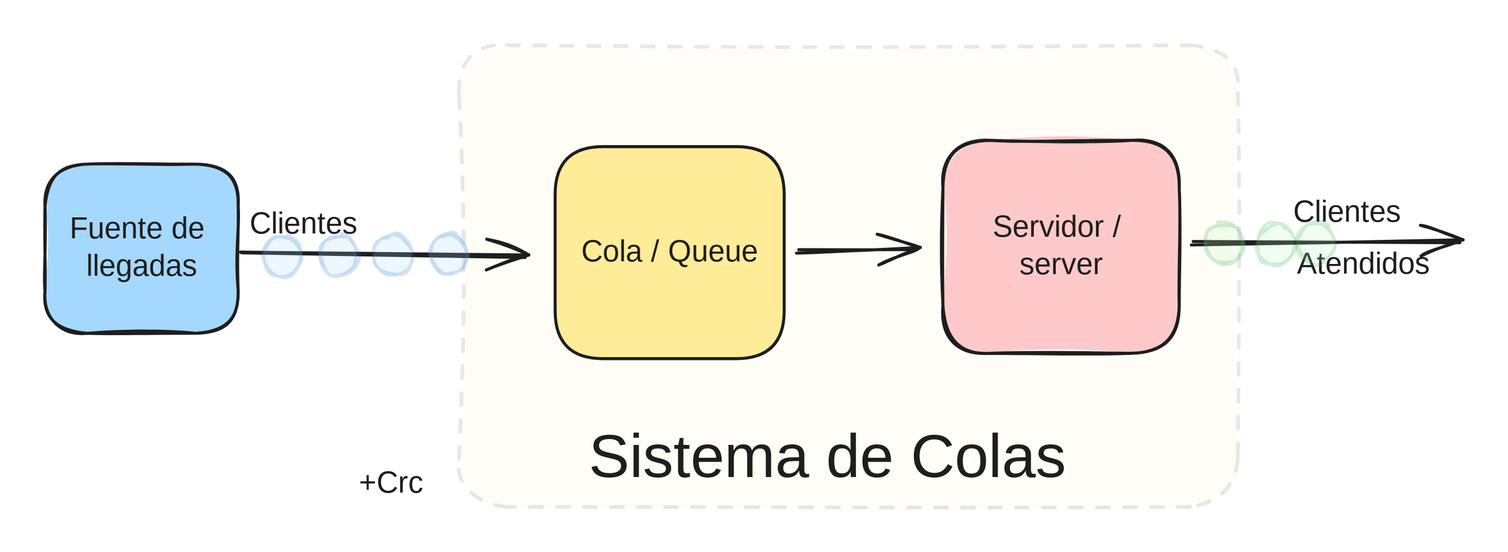
Earlier version of the Excalidraw export Logistic_notebook/.gitbook/assets/file.excalidraw.svg (cristianjaviercano/cristianjaviercano). Source tidied: one line per element, renumbered; positions are measured from the earlier drawing's top-left corner, leaving out a move shared by most shapes.
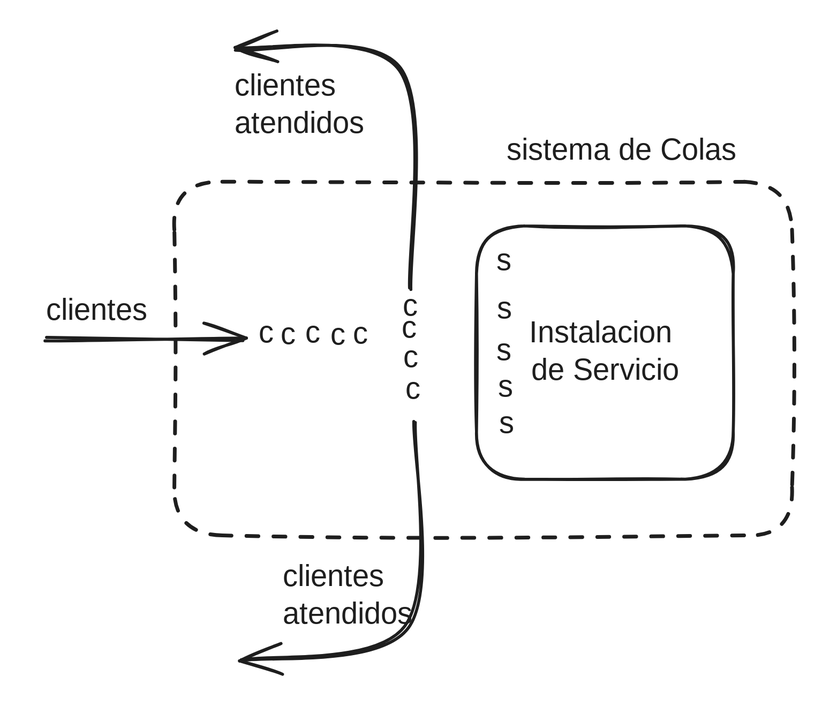
The same file after the commit.

Change to the diagram source:
```diff
@@ -1,22 +1,24 @@
-{"id": 0, "type": "rectangle", "strokeColor": "#1e1e1e", "backgroundColor": "#ffec99", "fillStyle": "solid", "strokeWidth": 2, "strokeStyle": "dashed", "roughness": 2, "opacity": 10, "round": true, "x": 276, "y": 0, "width": 519, "height": 308}
-{"id": 1, "type": "rectangle", "strokeColor": "#1e1e1e", "backgroundColor": "#a5d8ff", "fillStyle": "solid", "strokeWidth": 2, "roughness": 1, "round": true, "x": 0, "y": 79, "width": 129, "height": 113}
-{"id": 2, "type": "text", "text": "Fuente de \nllegadas", "strokeColor": "#1e1e1e", "strokeWidth": 2, "strokeStyle": "dashed", "roughness": 2, "fontSize": 20, "fontFamily": 1, "textAlign": "center", "verticalAlign": "middle", "inside": 1, "x": 11, "y": 111, "width": 108, "height": 50}
-{"id": 3, "type": "arrow", "strokeColor": "#1e1e1e", "strokeWidth": 2, "roughness": 1, "endArrowhead": "arrow", "round": true, "from": 1, "x": 130, "y": 137, "width": 191, "height": 3, "points": [[0, 0], [191, 3]]}
-{"id": 4, "type": "rectangle", "strokeColor": "#1e1e1e", "backgroundColor": "#ffec99", "fillStyle": "solid", "strokeWidth": 2, "roughness": 0, "round": true, "x": 340, "y": 68, "width": 153, "height": 141}
-{"id": 5, "type": "text", "text": "Cola / Queue", "strokeColor": "#1e1e1e", "strokeWidth": 2, "strokeStyle": "dashed", "roughness": 2, "fontSize": 20, "fontFamily": 1, "textAlign": "center", "verticalAlign": "middle", "inside": 4, "x": 351, "y": 126, "width": 131, "height": 25}
-{"id": 6, "type": "arrow", "strokeColor": "#1e1e1e", "strokeWidth": 2, "roughness": 1, "endArrowhead": "arrow", "round": true, "from": 4, "x": 503, "y": 137, "width": 80, "height": 2, "points": [[0, 0], [80, -2]]}
-{"id": 7, "type": "rectangle", "strokeColor": "#1e1e1e", "backgroundColor": "#ffc9c9", "fillStyle": "solid", "strokeWidth": 2, "roughness": 1, "round": true, "x": 599, "y": 64, "width": 158, "height": 142}
-{"id": 8, "type": "text", "text": "Servidor / \nserver", "strokeColor": "#1e1e1e", "strokeWidth": 2, "strokeStyle": "dashed", "roughness": 2, "fontSize": 20, "fontFamily": 1, "textAlign": "center", "verticalAlign": "middle", "inside": 7, "x": 624, "y": 110, "width": 108, "height": 50}
-{"id": 9, "type": "arrow", "strokeColor": "#1e1e1e", "strokeWidth": 2, "roughness": 1, "endArrowhead": "arrow", "round": true, "from": 7, "x": 765, "y": 132, "width": 179, "height": 0, "points": [[0, 0], [179, 0]]}
-{"id": 10, "type": "text", "text": "Clientes", "strokeColor": "#1e1e1e", "strokeWidth": 2, "strokeStyle": "dashed", "roughness": 2, "fontSize": 20, "fontFamily": 1, "x": 137, "y": 107, "width": 76, "height": 25}
-{"id": 11, "type": "text", "text": "Clientes", "strokeColor": "#1e1e1e", "strokeWidth": 2, "strokeStyle": "dashed", "roughness": 2, "fontSize": 20, "fontFamily": 1, "x": 832, "y": 100, "width": 76, "height": 25}
-{"id": 12, "type": "text", "text": "Atendidos", "strokeColor": "#1e1e1e", "strokeWidth": 2, "strokeStyle": "dashed", "roughness": 2, "fontSize": 20, "fontFamily": 1, "x": 835, "y": 134, "width": 94, "height": 25}
-{"id": 13, "type": "text", "text": "Sistema de Colas", "strokeColor": "#1e1e1e", "strokeWidth": 2, "strokeStyle": "dashed", "roughness": 2, "fontSize": 40.86, "fontFamily": 1, "x": 363, "y": 251, "width": 350, "height": 51}
-{"id": 14, "type": "ellipse", "strokeColor": "#1971c2", "backgroundColor": "#a5d8ff", "fillStyle": "solid", "strokeWidth": 2, "roughness": 2, "opacity": 20, "round": true, "x": 257, "y": 125, "width": 25, "height": 27}
-{"id": 15, "type": "ellipse", "strokeColor": "#1971c2", "backgroundColor": "#a5d8ff", "fillStyle": "solid", "strokeWidth": 2, "roughness": 2, "opacity": 20, "round": true, "x": 219, "y": 126, "width": 25, "height": 27}
-{"id": 16, "type": "ellipse", "strokeColor": "#1971c2", "backgroundColor": "#a5d8ff", "fillStyle": "solid", "strokeWidth": 2, "roughness": 2, "opacity": 20, "round": true, "x": 183, "y": 126, "width": 25, "height": 27}
-{"id": 17, "type": "ellipse", "strokeColor": "#1971c2", "backgroundColor": "#a5d8ff", "fillStyle": "solid", "strokeWidth": 2, "roughness": 2, "opacity": 20, "round": true, "x": 146, "y": 127, "width": 25, "height": 27}
-{"id": 18, "type": "ellipse", "strokeColor": "#2f9e44", "backgroundColor": "#b2f2bb", "fillStyle": "solid", "strokeWidth": 2, "roughness": 2, "opacity": 20, "round": true, "x": 774, "y": 119, "width": 25, "height": 27}
-{"id": 19, "type": "ellipse", "strokeColor": "#2f9e44", "backgroundColor": "#b2f2bb", "fillStyle": "solid", "strokeWidth": 2, "roughness": 2, "opacity": 20, "round": true, "x": 808, "y": 119, "width": 25, "height": 27}
-{"id": 20, "type": "ellipse", "strokeColor": "#2f9e44", "backgroundColor": "#b2f2bb", "fillStyle": "solid", "strokeWidth": 2, "roughness": 2, "opacity": 20, "round": true, "x": 835, "y": 118, "width": 25, "height": 27}
-{"id": 21, "type": "text", "text": "+Crc", "strokeColor": "#1e1e1e", "backgroundColor": "#a5d8ff", "fillStyle": "solid", "strokeWidth": 2, "roughness": 0, "fontSize": 20, "fontFamily": 1, "x": 209, "y": 280, "width": 44, "height": 25}
+{"id": 22, "type": "rectangle", "strokeColor": "#1e1e1e", "strokeWidth": 2, "roughness": 1, "round": true, "x": 419, "y": 72, "width": 171, "height": 169}
+{"id": 23, "type": "text", "text": "Instalacion \nde Servicio", "strokeColor": "#1e1e1e", "strokeWidth": 2, "roughness": 1, "fontSize": 20, "fontFamily": 1, "textAlign": "center", "verticalAlign": "middle", "inside": 22, "x": 445, "y": 132, "width": 119, "height": 50}
+{"id": 24, "type": "text", "text": "s", "strokeColor": "#1e1e1e", "strokeWidth": 2, "roughness": 1, "fontSize": 20, "fontFamily": 1, "x": 432, "y": 83, "width": 11, "height": 25}
+{"id": 25, "type": "text", "text": "s", "strokeColor": "#1e1e1e", "strokeWidth": 2, "roughness": 1, "fontSize": 20, "fontFamily": 1, "x": 433, "y": 116, "width": 11, "height": 25}
+{"id": 26, "type": "text", "text": "s", "strokeColor": "#1e1e1e", "strokeWidth": 2, "roughness": 1, "fontSize": 20, "fontFamily": 1, "x": 432, "y": 143, "width": 11, "height": 25}
+{"id": 27, "type": "text", "text": "s", "strokeColor": "#1e1e1e", "strokeWidth": 2, "roughness": 1, "fontSize": 20, "fontFamily": 1, "x": 433, "y": 168, "width": 11, "height": 25}
+{"id": 28, "type": "text", "text": "s", "strokeColor": "#1e1e1e", "strokeWidth": 2, "roughness": 1, "fontSize": 20, "fontFamily": 1, "x": 434, "y": 192, "width": 11, "height": 25}
+{"id": 29, "type": "text", "text": "c", "strokeColor": "#1e1e1e", "strokeWidth": 2, "roughness": 1, "fontSize": 20, "fontFamily": 1, "x": 370, "y": 114, "width": 10, "height": 25}
+{"id": 30, "type": "text", "text": "c", "strokeColor": "#1e1e1e", "strokeWidth": 2, "roughness": 1, "fontSize": 20, "fontFamily": 1, "x": 369, "y": 128, "width": 10, "height": 25}
+{"id": 31, "type": "text", "text": "c", "strokeColor": "#1e1e1e", "strokeWidth": 2, "roughness": 1, "fontSize": 20, "fontFamily": 1, "x": 370, "y": 148, "width": 10, "height": 25}
+{"id": 32, "type": "text", "text": "c", "strokeColor": "#1e1e1e", "strokeWidth": 2, "roughness": 1, "fontSize": 20, "fontFamily": 1, "x": 372, "y": 169, "width": 10, "height": 25}
+{"id": 33, "type": "text", "text": "c", "strokeColor": "#1e1e1e", "strokeWidth": 2, "roughness": 1, "fontSize": 20, "fontFamily": 1, "x": 337, "y": 132, "width": 10, "height": 25}
+{"id": 34, "type": "text", "text": "c", "strokeColor": "#1e1e1e", "strokeWidth": 2, "roughness": 1, "fontSize": 20, "fontFamily": 1, "x": 322, "y": 133, "width": 10, "height": 25}
+{"id": 35, "type": "text", "text": "c", "strokeColor": "#1e1e1e", "strokeWidth": 2, "roughness": 1, "fontSize": 20, "fontFamily": 1, "x": 305, "y": 131, "width": 10, "height": 25}
+{"id": 36, "type": "text", "text": "c", "strokeColor": "#1e1e1e", "strokeWidth": 2, "roughness": 1, "fontSize": 20, "fontFamily": 1, "x": 289, "y": 133, "width": 10, "height": 25}
+{"id": 37, "type": "text", "text": "c", "strokeColor": "#1e1e1e", "strokeWidth": 2, "roughness": 1, "fontSize": 20, "fontFamily": 1, "x": 274, "y": 132, "width": 10, "height": 25}
+{"id": 38, "type": "arrow", "strokeColor": "#1e1e1e", "strokeWidth": 2, "roughness": 1, "endArrowhead": "arrow", "round": true, "from": 39, "to": 37, "x": 132, "y": 147, "width": 133, "height": 1, "points": [[0, 0], [133, 1]]}
+{"id": 39, "type": "text", "text": "clientes", "strokeColor": "#1e1e1e", "strokeWidth": 2, "roughness": 1, "fontSize": 20, "fontFamily": 1, "x": 132, "y": 117, "width": 73, "height": 25}
+{"id": 40, "type": "arrow", "strokeColor": "#1e1e1e", "strokeWidth": 2, "roughness": 1, "endArrowhead": "arrow", "round": true, "from": 32, "x": 378, "y": 202, "width": 115, "height": 160, "points": [[0, 0], [-5, 137], [-115, 160]]}
+{"id": 41, "type": "arrow", "strokeColor": "#1e1e1e", "strokeWidth": 2, "roughness": 1, "endArrowhead": "arrow", "round": true, "from": 30, "to": 43, "x": 374, "y": 115, "width": 117, "height": 161, "points": [[0, 0], [-5, -147], [-117, -161]]}
+{"id": 42, "type": "text", "text": "clientes\natendidos", "strokeColor": "#1e1e1e", "strokeWidth": 2, "roughness": 1, "fontSize": 20, "fontFamily": 1, "x": 290, "y": 294, "width": 94, "height": 50}
+{"id": 43, "type": "text", "text": "clientes\natendidos", "strokeColor": "#1e1e1e", "strokeWidth": 2, "roughness": 1, "fontSize": 20, "fontFamily": 1, "x": 258, "y": -33, "width": 94, "height": 50}
+{"id": 44, "type": "rectangle", "strokeColor": "#1e1e1e", "strokeWidth": 2, "strokeStyle": "dashed", "roughness": 1, "round": true, "x": 218, "y": 43, "width": 412, "height": 236}
+{"id": 45, "type": "text", "text": "sistema de Colas", "strokeColor": "#1e1e1e", "strokeWidth": 2, "strokeStyle": "dashed", "roughness": 1, "fontSize": 20, "fontFamily": 1, "x": 439, "y": 10, "width": 170, "height": 25}
```
